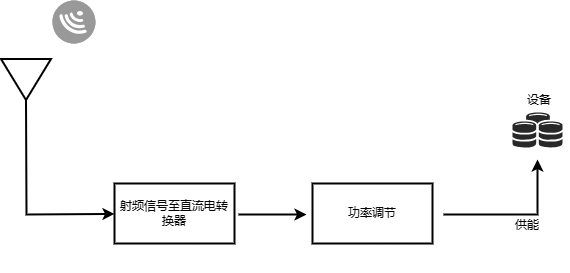
This is 第2章图3.png from zhangchengming601/Algorithm, a draw.io export, as it was before one commit. Source tidied: cells renumbered, new cells last; positions are measured from the earlier drawing's top-left corner, leaving out a move shared by most shapes.
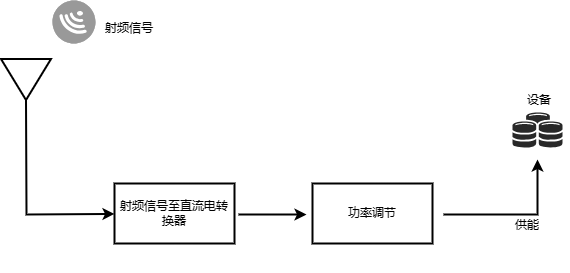
The same file after the commit.

Commit message:
更新第2章图3.png

The edit, as a diff of the source:
```diff
@@ -45,5 +45,8 @@
     <mxCell id="11" value="设备" style="text;strokeColor=none;align=center;fillColor=none;html=1;verticalAlign=middle;whiteSpace=wrap;rounded=0;" parent="1" vertex="1">
       <mxGeometry x="504" y="85" width="60" height="30" as="geometry" />
     </mxCell>
+    <mxCell id="12" value="射频信号" style="text;strokeColor=none;align=center;fillColor=none;html=1;verticalAlign=middle;whiteSpace=wrap;rounded=0;" parent="1" vertex="1">
+      <mxGeometry x="94" y="13" width="60" height="30" as="geometry" />
+    </mxCell>
   </root>
 </mxGraphModel>
```
